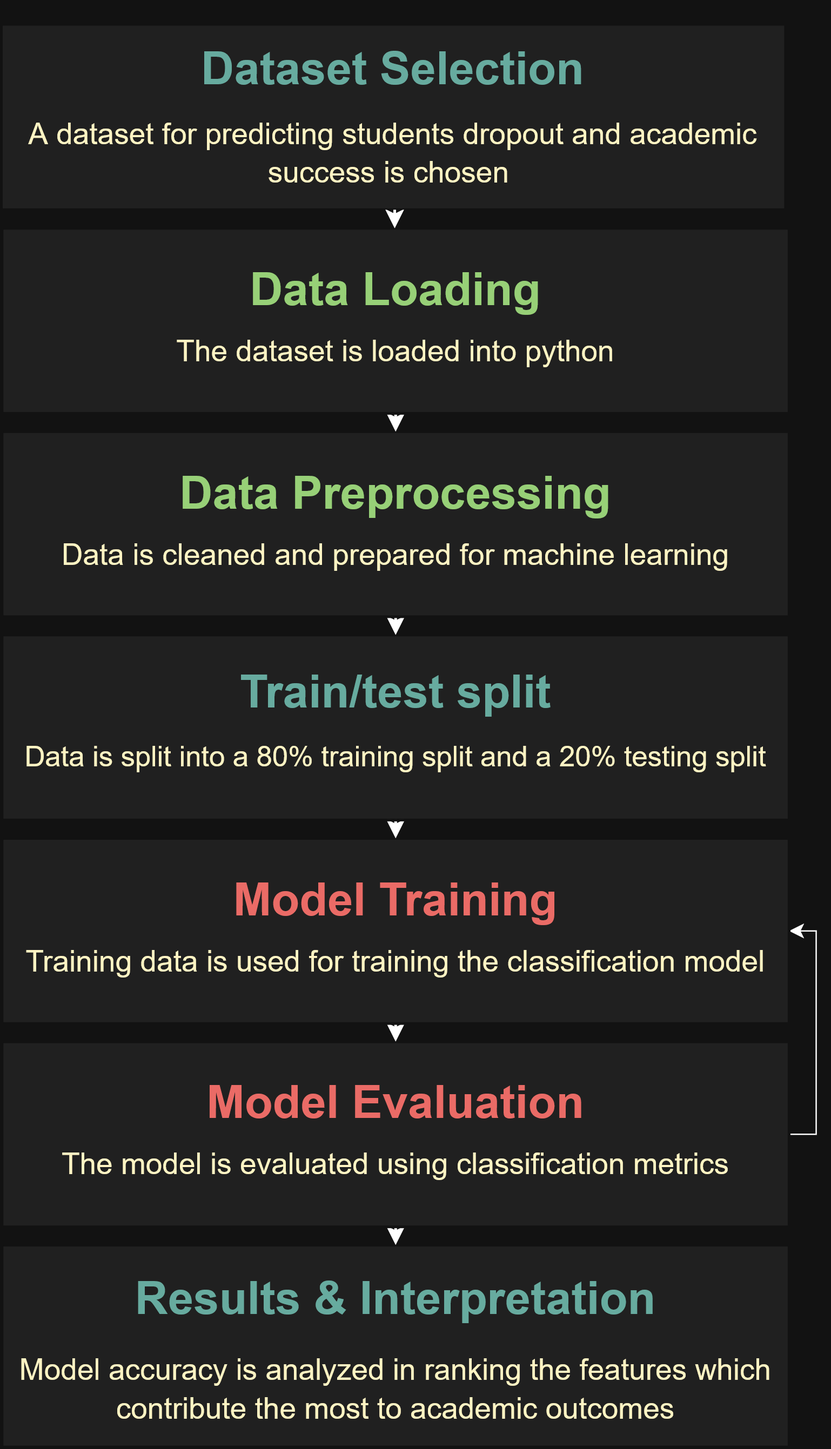
The draw.io diagram Lab-2/methodology_diagram.png in cresphere/ARTI308-Labs, before a commit. Source tidied: cells renumbered, new cells last; positions are measured from the earlier drawing's top-left corner, leaving out a move shared by most shapes.
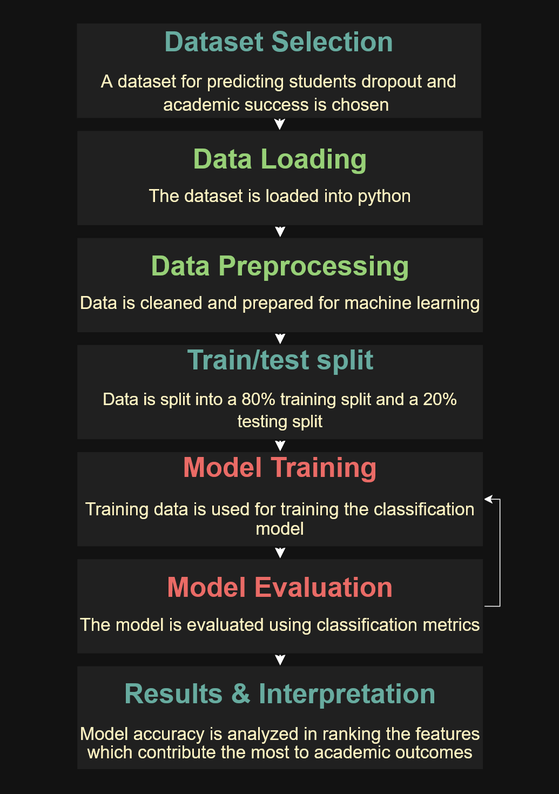
After the commit.

The edit, as a diff of the source:
```diff
@@ -3,10 +3,10 @@
     <mxCell id="0" />
     <mxCell id="1" parent="0" />
     <mxCell id="2" style="group;" parent="1" vertex="1">
-      <mxGeometry width="582.6" height="1053" as="geometry" />
+      <mxGeometry width="503" height="924" as="geometry" />
     </mxCell>
-    <mxCell id="3" value="&lt;h1&gt;&lt;font style=&quot;color: light-dark(rgb(0, 0, 0), rgb(103, 171, 159)); font-size: 34px;&quot;&gt;Results &amp;amp; Interpretation&lt;/font&gt;&lt;/h1&gt;&lt;p style=&quot;line-height: 130%;&quot;&gt;&lt;font style=&quot;line-height: 130%; color: light-dark(rgb(0, 0, 0), rgb(255, 244, 195)); font-size: 22px;&quot;&gt;Model accuracy is analyzed in ranking the features which contribute the most to academic outcomes&lt;/font&gt;&lt;/p&gt;" style="rounded=0;whiteSpace=wrap;html=1;strokeWidth=2;spacing=2;spacingBottom=0;spacingTop=0;fontSize=14;glass=0;fixedWidth=0;labelPadding=0;noLabel=0;movableLabel=0;labelBackgroundColor=none;fillColor=#EEEEEE;strokeColor=#FFFFFF;fontColor=#1A1A1A;verticalAlign=middle;" parent="2" vertex="1">
-      <mxGeometry y="903.5" width="582.6" height="149.5" as="geometry" />
+    <mxCell id="3" value="&lt;h1&gt;&lt;font style=&quot;color: light-dark(rgb(0, 0, 0), rgb(103, 171, 159)); font-size: 34px;&quot;&gt;Results &amp;amp; Interpretation&lt;/font&gt;&lt;/h1&gt;&lt;p style=&quot;line-height: 130%;&quot;&gt;&lt;font style=&quot;color: light-dark(rgb(0, 0, 0), rgb(255, 244, 195)); font-size: 22px; line-height: 100%;&quot;&gt;Model accuracy is analyzed in ranking the features which contribute the most to academic outcomes&lt;/font&gt;&lt;/p&gt;" style="rounded=0;whiteSpace=wrap;html=1;strokeWidth=2;spacing=2;spacingBottom=0;spacingTop=0;fontSize=14;glass=0;fixedWidth=0;labelPadding=0;noLabel=0;movableLabel=0;labelBackgroundColor=none;fillColor=#EEEEEE;strokeColor=#FFFFFF;fontColor=#1A1A1A;verticalAlign=middle;" parent="2" vertex="1">
+      <mxGeometry y="792.8" width="502.6" height="129" as="geometry" />
     </mxCell>
     <mxCell id="4" style="edgeStyle=none;curved=1;rounded=0;jettySize=auto;html=1;fontSize=12;fontColor=default;startSize=8;endSize=8;labelBackgroundColor=none;strokeWidth=2;verticalAlign=middle;spacing=2;" parent="2" edge="1" source="6" target="3">
       <mxGeometry relative="1" as="geometry" />
@@ -15,25 +15,25 @@
       <mxGeometry relative="1" as="geometry" />
     </mxCell>
     <mxCell id="6" value="&lt;h1&gt;&lt;font style=&quot;color: light-dark(rgb(0, 0, 0), rgb(234, 107, 102)); font-size: 34px;&quot;&gt;Model Evaluation&lt;/font&gt;&lt;/h1&gt;&lt;p style=&quot;line-height: 100%;&quot;&gt;&lt;font style=&quot;color: light-dark(rgb(0, 0, 0), rgb(255, 244, 195)); font-size: 22px;&quot;&gt;The model is evaluated using classification metrics&lt;/font&gt;&lt;/p&gt;&lt;div&gt;&lt;br&gt;&lt;/div&gt;" style="rounded=0;whiteSpace=wrap;html=1;strokeWidth=2;spacing=2;spacingBottom=0;spacingTop=0;fontSize=14;glass=0;fixedWidth=0;labelPadding=0;noLabel=0;movableLabel=0;labelBackgroundColor=none;fillColor=#EEEEEE;strokeColor=#FFFFFF;fontColor=#1A1A1A;verticalAlign=middle;" parent="2" vertex="1">
-      <mxGeometry y="752.9" width="582.6" height="137" as="geometry" />
+      <mxGeometry y="660.7" width="502.6" height="118.2" as="geometry" />
     </mxCell>
     <mxCell id="7" style="edgeStyle=none;curved=1;rounded=0;jettySize=auto;html=1;fontSize=12;fontColor=default;startSize=8;endSize=8;labelBackgroundColor=none;strokeWidth=2;verticalAlign=middle;spacing=2;" parent="2" edge="1" source="8" target="6">
       <mxGeometry relative="1" as="geometry" />
     </mxCell>
-    <mxCell id="8" value="&lt;h1&gt;&lt;font style=&quot;color: light-dark(rgb(0, 0, 0), rgb(234, 107, 102)); font-size: 34px;&quot;&gt;Model Training&lt;/font&gt;&lt;/h1&gt;&lt;p style=&quot;line-height: 100%;&quot;&gt;&lt;font style=&quot;color: light-dark(rgb(0, 0, 0), rgb(255, 244, 195)); font-size: 22px;&quot;&gt;Training data is used for training the classification model&lt;/font&gt;&lt;/p&gt;&lt;div&gt;&lt;br&gt;&lt;/div&gt;" style="rounded=0;whiteSpace=wrap;html=1;strokeWidth=2;spacing=2;spacingBottom=0;spacingTop=0;fontSize=14;glass=0;fixedWidth=0;labelPadding=0;noLabel=0;movableLabel=0;labelBackgroundColor=none;fillColor=#EEEEEE;strokeColor=#FFFFFF;fontColor=#1A1A1A;verticalAlign=middle;" parent="2" vertex="1">
-      <mxGeometry y="602.3" width="582.6" height="137" as="geometry" />
+    <mxCell id="8" value="&lt;h1&gt;&lt;font style=&quot;color: light-dark(rgb(0, 0, 0), rgb(234, 107, 102)); font-size: 34px;&quot;&gt;Model Training&lt;/font&gt;&lt;/h1&gt;&lt;p style=&quot;line-height: 100%;&quot;&gt;&lt;font style=&quot;color: light-dark(rgb(0, 0, 0), rgb(255, 244, 195)); font-size: 22px; line-height: 110%;&quot;&gt;Training data is used for training the classification model&lt;/font&gt;&lt;/p&gt;&lt;div&gt;&lt;br&gt;&lt;/div&gt;" style="rounded=0;whiteSpace=wrap;html=1;strokeWidth=2;spacing=2;spacingBottom=0;spacingTop=0;fontSize=14;glass=0;fixedWidth=0;labelPadding=0;noLabel=0;movableLabel=0;labelBackgroundColor=none;fillColor=#EEEEEE;strokeColor=#FFFFFF;fontColor=#1A1A1A;verticalAlign=middle;" parent="2" vertex="1">
+      <mxGeometry y="528.6" width="502.6" height="118.2" as="geometry" />
     </mxCell>
     <mxCell id="9" style="edgeStyle=none;curved=1;rounded=0;jettySize=auto;html=1;fontSize=12;fontColor=default;startSize=8;endSize=8;labelBackgroundColor=none;strokeWidth=2;verticalAlign=middle;spacing=2;" parent="2" edge="1" source="10" target="8">
       <mxGeometry relative="1" as="geometry" />
     </mxCell>
     <mxCell id="10" value="&lt;h1 style=&quot;margin-top: 18.76px; margin-bottom: 0px; padding-top: 0px;&quot;&gt;&lt;font style=&quot;color: light-dark(rgb(0, 0, 0), rgb(103, 171, 159)); font-size: 34px;&quot;&gt;Train/test split&lt;/font&gt;&lt;/h1&gt;&lt;p style=&quot;line-height: 130%;&quot;&gt;&lt;font style=&quot;color: light-dark(rgb(0, 0, 0), rgb(255, 244, 195)); line-height: 130%; font-size: 21px;&quot;&gt;Data is split into a 80% training split and a 20% testing split&lt;/font&gt;&lt;/p&gt;&lt;div&gt;&lt;br&gt;&lt;/div&gt;" style="rounded=0;whiteSpace=wrap;html=1;strokeWidth=2;spacing=2;spacingBottom=0;spacingTop=0;fontSize=14;glass=0;fixedWidth=0;labelPadding=0;noLabel=0;movableLabel=0;labelBackgroundColor=none;fillColor=#EEEEEE;strokeColor=#FFFFFF;fontColor=#1A1A1A;verticalAlign=middle;" parent="2" vertex="1">
-      <mxGeometry y="451.8" width="582.6" height="137" as="geometry" />
+      <mxGeometry y="396.4" width="502.6" height="118.2" as="geometry" />
     </mxCell>
     <mxCell id="11" style="edgeStyle=none;curved=1;rounded=0;jettySize=auto;html=1;fontSize=12;fontColor=default;startSize=8;endSize=8;labelBackgroundColor=none;strokeWidth=2;verticalAlign=middle;spacing=2;" parent="2" edge="1" source="12" target="10">
       <mxGeometry relative="1" as="geometry" />
     </mxCell>
     <mxCell id="12" value="&lt;h1 style=&quot;margin-top: 18.76px;&quot;&gt;&lt;font style=&quot;font-size: 34px; color: light-dark(rgb(0, 0, 0), rgb(151, 208, 119));&quot;&gt;Data Preprocessing&lt;/font&gt;&lt;/h1&gt;&lt;p style=&quot;line-height: 100%;&quot;&gt;&lt;font style=&quot;color: light-dark(rgb(0, 0, 0), rgb(255, 244, 195)); font-size: 22px;&quot;&gt;Data is cleaned and prepared for machine learning&lt;/font&gt;&lt;/p&gt;&lt;div&gt;&lt;br&gt;&lt;/div&gt;" style="rounded=0;whiteSpace=wrap;html=1;strokeWidth=2;spacing=2;spacingBottom=0;spacingTop=0;fontSize=14;glass=0;fixedWidth=0;labelPadding=0;noLabel=0;movableLabel=0;labelBackgroundColor=none;fillColor=#EEEEEE;strokeColor=#FFFFFF;fontColor=#1A1A1A;verticalAlign=middle;" parent="2" vertex="1">
-      <mxGeometry y="301.2" width="582.6" height="137" as="geometry" />
+      <mxGeometry y="264.3" width="502.6" height="118.2" as="geometry" />
     </mxCell>
     <mxCell id="13" style="edgeStyle=none;curved=1;rounded=0;jettySize=auto;html=1;fontSize=12;fontColor=default;startSize=8;endSize=8;labelBackgroundColor=none;strokeColor=#FFFFFF;verticalAlign=middle;spacing=2;" parent="2" edge="1" source="15" target="12">
       <mxGeometry relative="1" as="geometry" />
@@ -42,13 +42,13 @@
       <mxGeometry relative="1" as="geometry" />
     </mxCell>
     <mxCell id="15" value="&lt;h1&gt;&lt;font style=&quot;font-size: 34px; color: light-dark(rgb(0, 0, 0), rgb(151, 208, 119));&quot;&gt;Data Loading&lt;/font&gt;&lt;/h1&gt;&lt;p style=&quot;line-height: 100%;&quot;&gt;&lt;font style=&quot;color: light-dark(rgb(0, 0, 0), rgb(255, 244, 195)); font-size: 22px;&quot;&gt;The dataset is loaded into python&lt;/font&gt;&lt;/p&gt;&lt;div&gt;&lt;br&gt;&lt;/div&gt;" style="rounded=0;whiteSpace=wrap;html=1;strokeWidth=2;spacing=2;spacingBottom=0;spacingTop=0;fontSize=14;glass=0;fixedWidth=0;labelPadding=0;noLabel=0;movableLabel=0;labelBackgroundColor=none;fillColor=#EEEEEE;strokeColor=#FFFFFF;fontColor=#1A1A1A;verticalAlign=middle;" parent="2" vertex="1">
-      <mxGeometry y="150.6" width="582.6" height="137" as="geometry" />
+      <mxGeometry y="132.1" width="502.6" height="118.2" as="geometry" />
     </mxCell>
     <mxCell id="16" style="edgeStyle=none;curved=1;rounded=0;jettySize=auto;html=1;fontSize=12;fontColor=default;startSize=8;endSize=8;labelBackgroundColor=none;strokeWidth=2;verticalAlign=middle;spacing=2;" parent="2" edge="1" source="17" target="15">
       <mxGeometry relative="1" as="geometry" />
     </mxCell>
     <mxCell id="17" value="&lt;h1 style=&quot;margin-top: 30.08px; margin-bottom: 6.08px;&quot;&gt;&lt;font style=&quot;color: light-dark(rgb(0, 0, 0), rgb(103, 171, 159)); font-size: 34px;&quot;&gt;Dataset Selection&lt;/font&gt;&lt;/h1&gt;&lt;p style=&quot;line-height: 100%;&quot;&gt;&lt;font style=&quot;line-height: 130%; color: light-dark(rgb(0, 0, 0), rgb(255, 244, 195)); font-size: 22px;&quot;&gt;A dataset for predicting students dropout and academic success is chosen&amp;nbsp;&lt;/font&gt;&lt;/p&gt;&lt;div&gt;&lt;br&gt;&lt;/div&gt;" style="rounded=0;whiteSpace=wrap;html=1;align=center;verticalAlign=middle;horizontal=1;labelBackgroundColor=none;labelBorderColor=none;textShadow=0;spacingBottom=0;fillStyle=auto;strokeWidth=1;spacing=2;spacingTop=0;fontSize=14;glass=0;fixedWidth=0;labelPadding=0;noLabel=0;movableLabel=0;fillColor=#EEEEEE;strokeColor=#FFFFFF;fontColor=#1A1A1A;imageAspect=1;imageHeight=0;imageWidth=0;arcSize=0;perimeter=orthogonalPerimeter;" parent="2" vertex="1">
-      <mxGeometry width="579.4" height="136.3" as="geometry" />
+      <mxGeometry width="499.9" height="117.6" as="geometry" />
     </mxCell>
     <mxCell id="18" style="edgeStyle=none;curved=1;orthogonalLoop=1;jettySize=auto;html=1;entryX=0.5;entryY=0;entryDx=0;entryDy=0;fontSize=12;fontColor=default;startSize=8;endSize=8;labelBackgroundColor=none;strokeColor=#FFFFFF;rounded=0;verticalAlign=middle;spacing=2;" parent="2" edge="1" source="6" target="6">
       <mxGeometry relative="1" as="geometry" />
```
